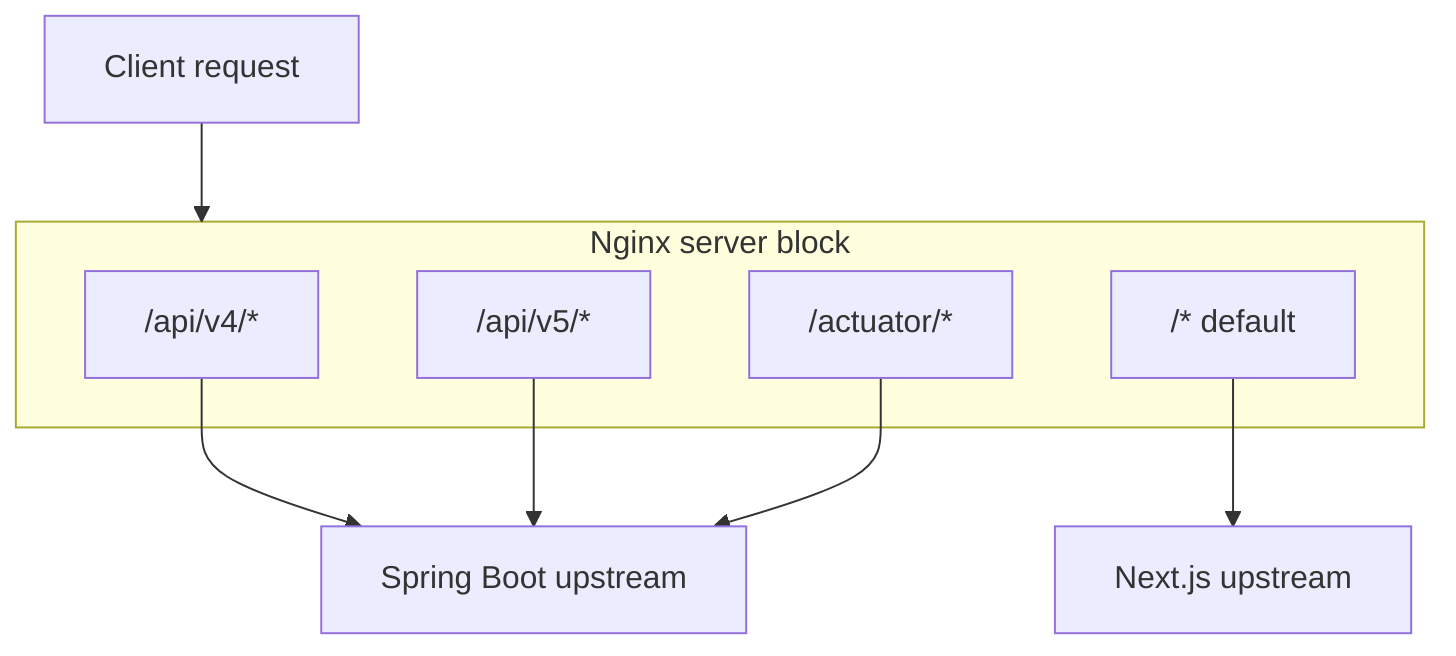
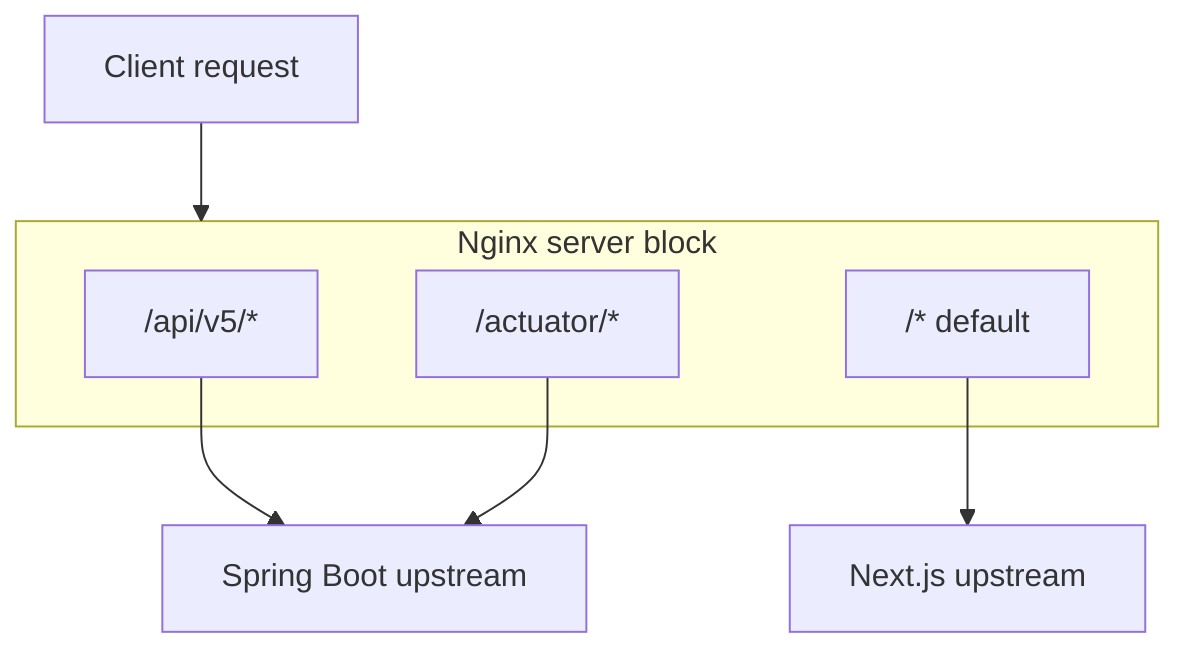
%% URL path demux at Nginx — see reverse-proxy/nginx.conf and webapp README for env
flowchart TB
  C[Client request]

  subgraph nx [Nginx server block]
-     A["/api/v4/*"]
    B["/api/v5/*"]
    AC["/actuator/*"]
    UI["/* default"]
  end

  BE[Spring Boot upstream]
  WA[Next.js upstream]

  C --> nx
-   A --> BE
  B --> BE
  AC --> BE
  UI --> WA
